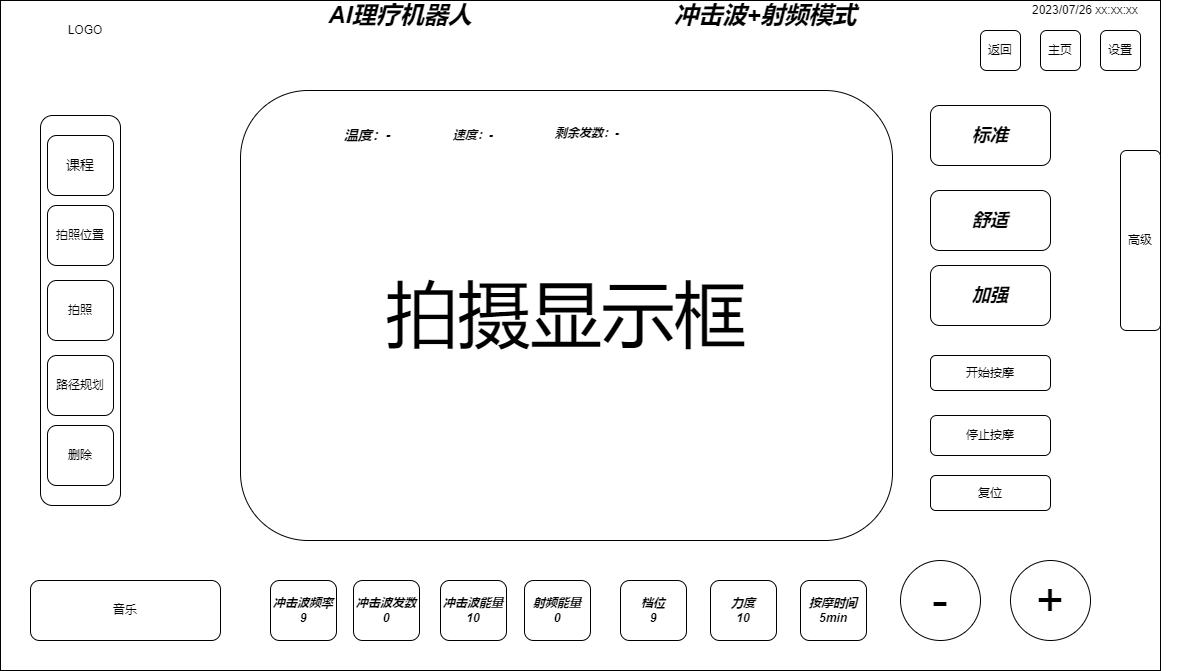
This is MiaoMiTwo.drawio.png from Durpe/Drawio, a draw.io export, as it was before one commit. Source tidied: cells renumbered, new cells last; positions are measured from the earlier drawing's top-left corner, leaving out a move shared by most shapes.
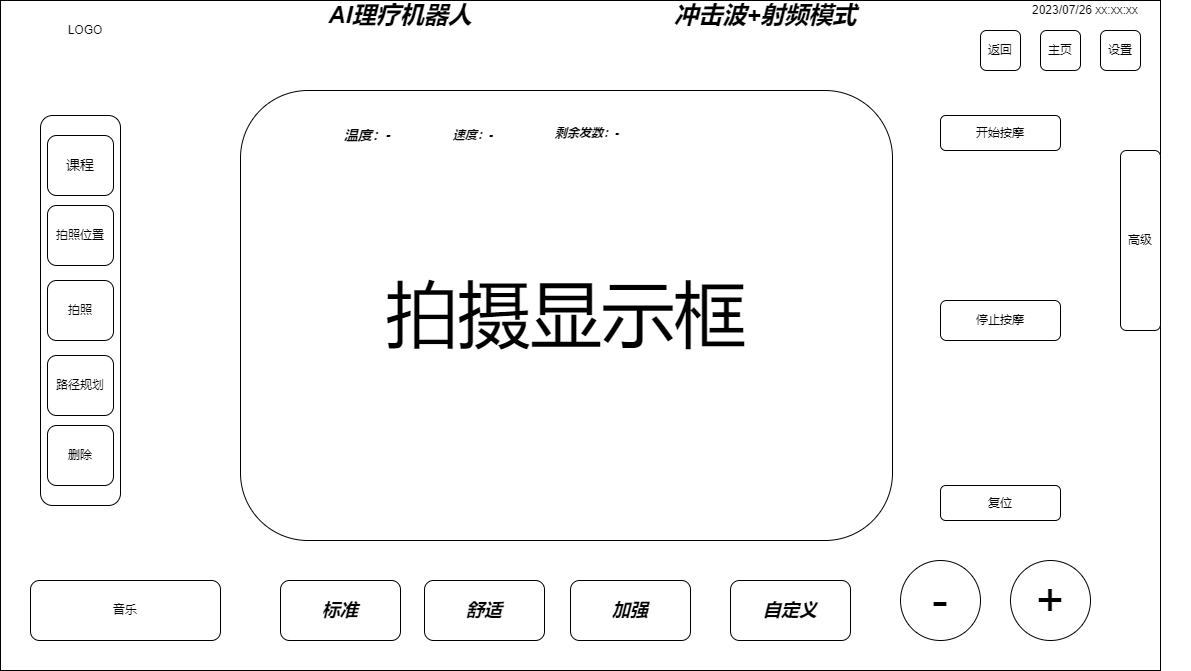
The same file after the commit.

Diff of the diagram source:
```diff
@@ -30,29 +30,17 @@
       <mxGeometry x="1100" y="30" width="40" height="40" as="geometry" />
     </mxCell>
     <mxCell id="11" value="开始按摩" style="rounded=1;whiteSpace=wrap;html=1;" parent="1" vertex="1">
-      <mxGeometry x="930" y="355" width="120" height="35" as="geometry" />
+      <mxGeometry x="940" y="115" width="120" height="35" as="geometry" />
     </mxCell>
     <mxCell id="12" value="停止按摩" style="rounded=1;whiteSpace=wrap;html=1;" parent="1" vertex="1">
-      <mxGeometry x="930" y="415" width="120" height="40" as="geometry" />
+      <mxGeometry x="940" y="300" width="120" height="40" as="geometry" />
     </mxCell>
     <mxCell id="13" value="复位" style="rounded=1;whiteSpace=wrap;html=1;" parent="1" vertex="1">
-      <mxGeometry x="930" y="475" width="120" height="35" as="geometry" />
+      <mxGeometry x="940" y="485" width="120" height="35" as="geometry" />
     </mxCell>
     <mxCell id="14" value="高级" style="rounded=1;whiteSpace=wrap;html=1;" parent="1" vertex="1">
       <mxGeometry x="1120" y="150" width="40" height="180" as="geometry" />
     </mxCell>
-    <mxCell id="15" value="&lt;b&gt;&lt;i&gt;射频能量&lt;br&gt;0&lt;/i&gt;&lt;/b&gt;" style="rounded=1;whiteSpace=wrap;html=1;" parent="1" vertex="1">
-      <mxGeometry x="524" y="580" width="66" height="60" as="geometry" />
-    </mxCell>
-    <mxCell id="16" value="&lt;b&gt;&lt;i&gt;档位&lt;br&gt;9&lt;/i&gt;&lt;/b&gt;" style="rounded=1;whiteSpace=wrap;html=1;" parent="1" vertex="1">
-      <mxGeometry x="620" y="580" width="66" height="60" as="geometry" />
-    </mxCell>
-    <mxCell id="17" value="&lt;b&gt;&lt;i&gt;按摩时间&lt;br&gt;5min&lt;/i&gt;&lt;/b&gt;" style="rounded=1;whiteSpace=wrap;html=1;" parent="1" vertex="1">
-      <mxGeometry x="800" y="580" width="66" height="60" as="geometry" />
-    </mxCell>
-    <mxCell id="18" value="&lt;b&gt;&lt;i&gt;力度&lt;br&gt;10&lt;/i&gt;&lt;/b&gt;" style="rounded=1;whiteSpace=wrap;html=1;" parent="1" vertex="1">
-      <mxGeometry x="710" y="580" width="66" height="60" as="geometry" />
-    </mxCell>
     <mxCell id="19" value="&lt;font style=&quot;font-size: 48px;&quot;&gt;-&lt;/font&gt;" style="ellipse;whiteSpace=wrap;html=1;" parent="1" vertex="1">
       <mxGeometry x="900" y="560" width="80" height="80" as="geometry" />
     </mxCell>
@@ -89,23 +77,17 @@
     <mxCell id="30" value="&lt;b&gt;&lt;i&gt;剩余发数：-&lt;/i&gt;&lt;/b&gt;" style="text;html=1;strokeColor=none;fillColor=none;align=center;verticalAlign=middle;whiteSpace=wrap;rounded=0;" parent="1" vertex="1">
       <mxGeometry x="544" y="117.5" width="86" height="30" as="geometry" />
     </mxCell>
-    <mxCell id="31" value="&lt;font style=&quot;font-size: 12px;&quot;&gt;&lt;b&gt;&lt;i&gt;冲击波发数&lt;br&gt;0&lt;/i&gt;&lt;/b&gt;&lt;/font&gt;" style="rounded=1;whiteSpace=wrap;html=1;" parent="1" vertex="1">
-      <mxGeometry x="353" y="580" width="66" height="60" as="geometry" />
-    </mxCell>
-    <mxCell id="32" value="&lt;font style=&quot;font-size: 12px;&quot;&gt;&lt;b&gt;&lt;i&gt;冲击波频率&lt;br&gt;9&lt;/i&gt;&lt;/b&gt;&lt;/font&gt;" style="rounded=1;whiteSpace=wrap;html=1;" parent="1" vertex="1">
-      <mxGeometry x="270" y="580" width="66" height="60" as="geometry" />
-    </mxCell>
-    <mxCell id="33" value="&lt;b&gt;&lt;i&gt;冲击波能量&lt;br&gt;10&lt;/i&gt;&lt;/b&gt;" style="rounded=1;whiteSpace=wrap;html=1;" parent="1" vertex="1">
-      <mxGeometry x="440" y="580" width="66" height="60" as="geometry" />
-    </mxCell>
     <mxCell id="34" value="&lt;font style=&quot;font-size: 18px;&quot;&gt;&lt;b&gt;&lt;i&gt;标准&lt;/i&gt;&lt;/b&gt;&lt;/font&gt;" style="rounded=1;whiteSpace=wrap;html=1;" parent="1" vertex="1">
-      <mxGeometry x="930" y="105" width="120" height="60" as="geometry" />
+      <mxGeometry x="280" y="580" width="120" height="60" as="geometry" />
     </mxCell>
     <mxCell id="35" value="&lt;font style=&quot;font-size: 18px;&quot;&gt;&lt;b&gt;&lt;i&gt;舒适&lt;/i&gt;&lt;/b&gt;&lt;/font&gt;" style="rounded=1;whiteSpace=wrap;html=1;" parent="1" vertex="1">
-      <mxGeometry x="930" y="190" width="120" height="60" as="geometry" />
+      <mxGeometry x="424" y="580" width="120" height="60" as="geometry" />
     </mxCell>
     <mxCell id="36" value="&lt;font style=&quot;font-size: 18px;&quot;&gt;&lt;b&gt;&lt;i&gt;加强&lt;/i&gt;&lt;/b&gt;&lt;/font&gt;" style="rounded=1;whiteSpace=wrap;html=1;" parent="1" vertex="1">
-      <mxGeometry x="930" y="265" width="120" height="60" as="geometry" />
+      <mxGeometry x="570" y="580" width="120" height="60" as="geometry" />
     </mxCell>
+    <mxCell id="37" value="&lt;span style=&quot;font-size: 18px;&quot;&gt;&lt;b&gt;&lt;i&gt;自定义&lt;/i&gt;&lt;/b&gt;&lt;/span&gt;" style="rounded=1;whiteSpace=wrap;html=1;" parent="1" vertex="1">
+      <mxGeometry x="730" y="580" width="120" height="60" as="geometry" />
+    </mxCell>
   </root>
 </mxGraphModel>
```
